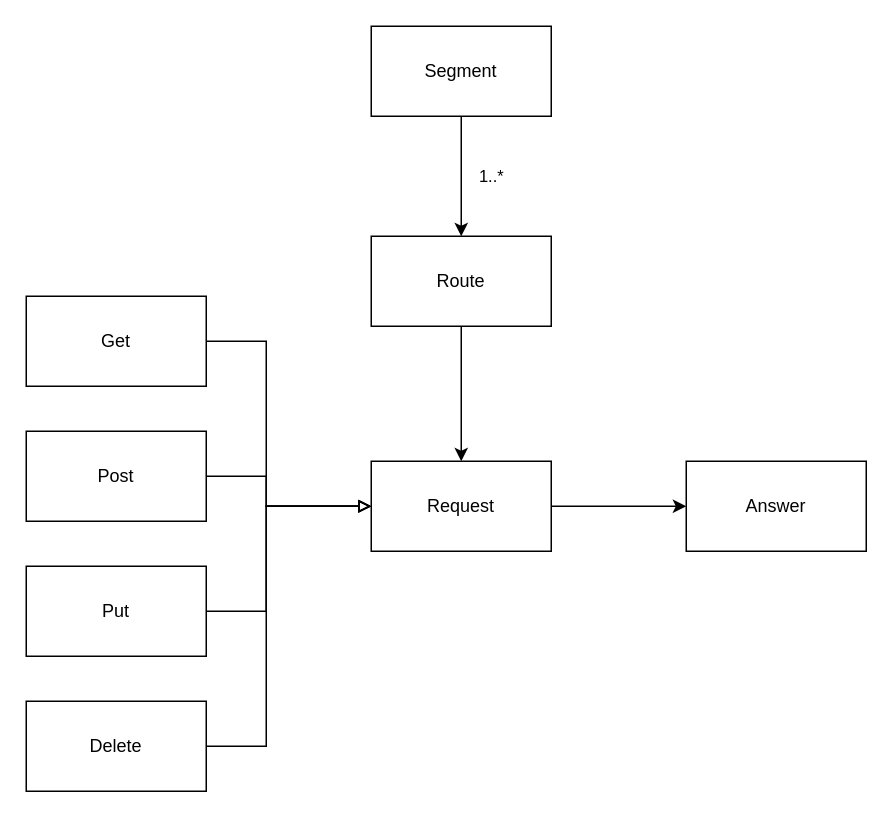
The draw.io diagram extra/Metamodel.drawio in 101001000/MDE, before the edit. Source tidied: cells renumbered, new cells numbered last; positions are measured from the earlier drawing's top-left corner, leaving out a move shared by most shapes. Both pictures are drawn from the tidied source at 150%, with x=0, y=0 at pixel (26, 26).
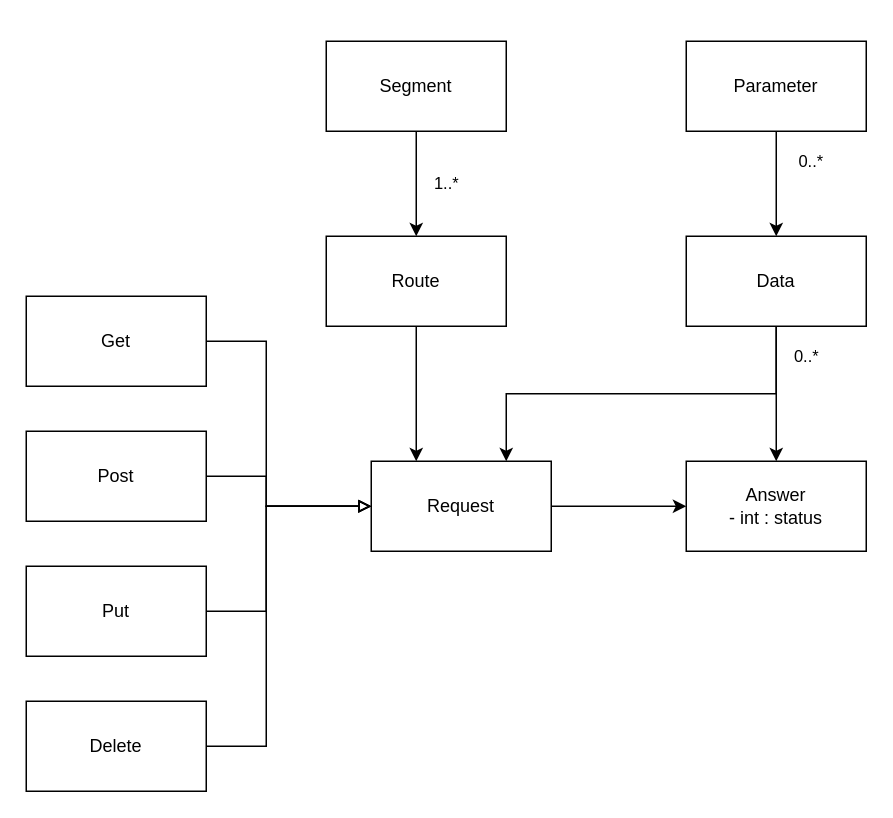
After the change.

The change refers to these unchanged cells:
```xml
<mxCell id="5" value="Request" style="rounded=0;whiteSpace=wrap;html=1;" parent="1" vertex="1">
  <mxGeometry x="230" y="290" width="120" height="60" as="geometry" />
</mxCell>
```

What changed in the source:
```diff
@@
     <mxCell id="2" value="Segment" style="rounded=0;whiteSpace=wrap;html=1;" parent="1" vertex="1">
-      <mxGeometry x="230" width="120" height="60" as="geometry" />
+      <mxGeometry x="200" y="10" width="120" height="60" as="geometry" />
     </mxCell>
     <mxCell id="3" value="Route" style="rounded=0;whiteSpace=wrap;html=1;" parent="1" vertex="1">
-      <mxGeometry x="230" y="140" width="120" height="60" as="geometry" />
+      <mxGeometry x="200" y="140" width="120" height="60" as="geometry" />
     </mxCell>
@@
-    <mxCell id="15" value="Answer" style="rounded=0;whiteSpace=wrap;html=1;" parent="1" vertex="1">
+    <mxCell id="15" value="Answer&lt;br&gt;- int : status" style="rounded=0;whiteSpace=wrap;html=1;" parent="1" vertex="1">
       <mxGeometry x="440" y="290" width="120" height="60" as="geometry" />
     </mxCell>
-    <mxCell id="16" style="endArrow=classic;html=1;rounded=0;exitX=0.5;exitY=1;exitDx=0;exitDy=0;entryX=0.5;entryY=0;entryDx=0;entryDy=0;" parent="1" edge="1" source="3" target="5">
+    <mxCell id="16" style="endArrow=classic;html=1;rounded=0;exitX=0.5;exitY=1;exitDx=0;exitDy=0;entryX=0.25;entryY=0;entryDx=0;entryDy=0;" parent="1" edge="1" source="3" target="5">
       <mxGeometry relative="1" as="geometry" />
     </mxCell>
+    <mxCell id="17" style="edgeStyle=orthogonalEdgeStyle;rounded=0;jettySize=auto;html=1;exitX=0.5;exitY=1;exitDx=0;exitDy=0;entryX=0.75;entryY=0;entryDx=0;entryDy=0;endArrow=classic;endFill=1;" parent="1" edge="1" source="19" target="5">
+      <mxGeometry relative="1" as="geometry" />
+    </mxCell>
+    <mxCell id="18" value="0..*" style="edgeStyle=orthogonalEdgeStyle;rounded=0;jettySize=auto;html=1;exitX=0.5;exitY=1;exitDx=0;exitDy=0;entryX=0.5;entryY=0;entryDx=0;entryDy=0;endArrow=classic;endFill=1;" parent="1" edge="1" source="19" target="15">
+      <mxGeometry x="-0.56" y="20" relative="1" as="geometry" />
+    </mxCell>
+    <mxCell id="19" value="Data" style="rounded=0;whiteSpace=wrap;html=1;" parent="1" vertex="1">
+      <mxGeometry x="440" y="140" width="120" height="60" as="geometry" />
+    </mxCell>
+    <mxCell id="20" value="0..*" style="edgeStyle=orthogonalEdgeStyle;rounded=0;jettySize=auto;html=1;exitX=0.5;exitY=1;exitDx=0;exitDy=0;entryX=0.5;entryY=0;entryDx=0;entryDy=0;endArrow=classic;endFill=1;" parent="1" edge="1" source="21" target="19">
+      <mxGeometry x="-0.43" y="23" relative="1" as="geometry" />
+    </mxCell>
+    <mxCell id="21" value="Parameter" style="rounded=0;whiteSpace=wrap;html=1;" parent="1" vertex="1">
+      <mxGeometry x="440" y="10" width="120" height="60" as="geometry" />
+    </mxCell>
```
